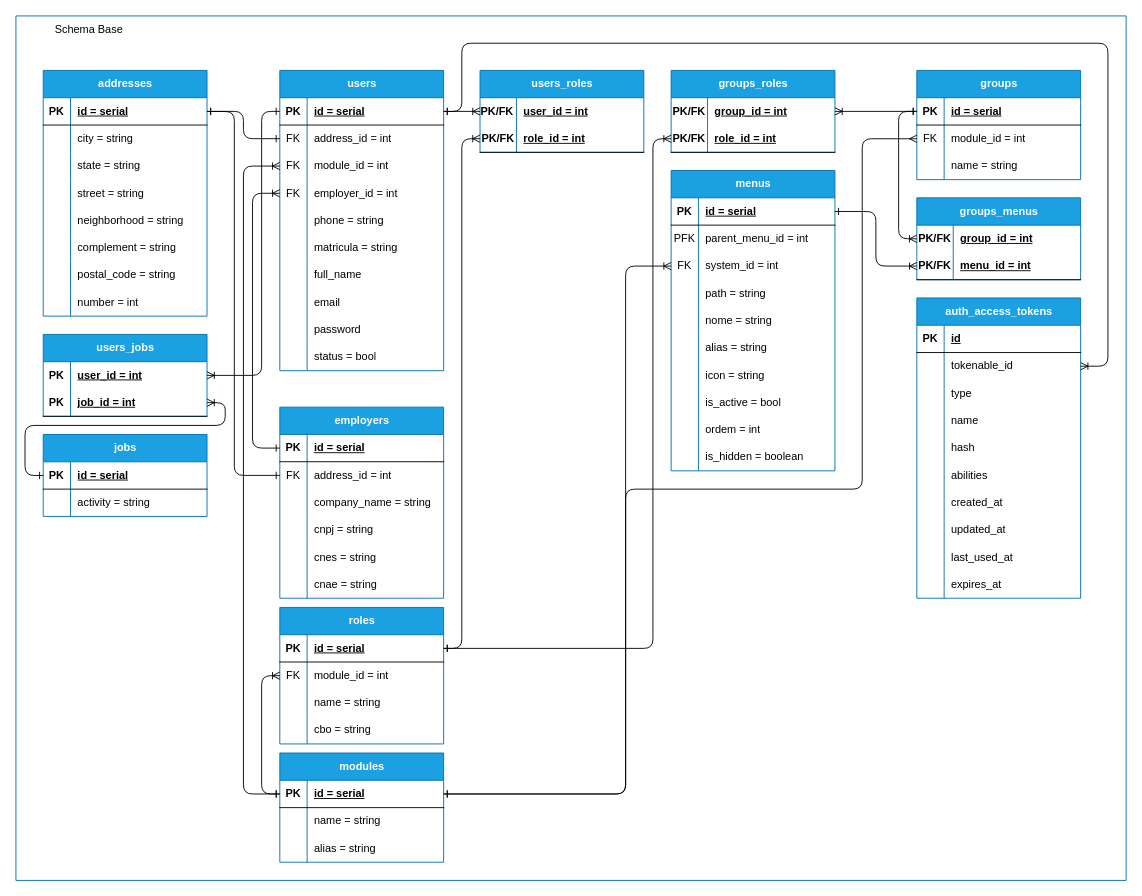
DCOMP-UFS/coffee_rep_umbrella_documentacao keeps this draw.io diagram as projeto_base/SistemaBaseUmbrella.drawio. Above is the earlier version. Source tidied: cells renumbered, new cells numbered last; positions are measured from the earlier drawing's top-left corner, leaving out a move shared by most shapes. Both pictures are drawn from the tidied source at 91%, with x=0, y=0 at pixel (15, 15).
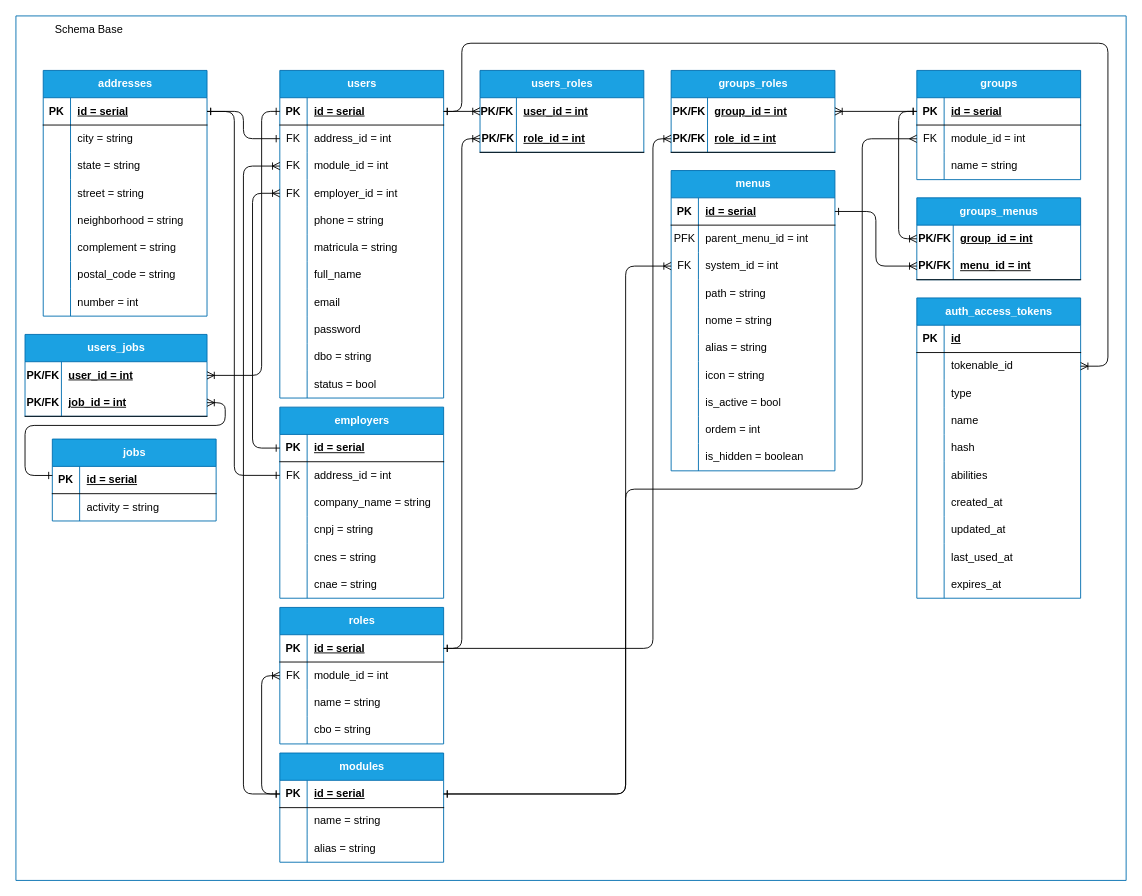
After the change.

Commit message (it also covers changes not shown here):
documentation(up): add date of birthday in table employers

Unchanged cells that the change refers to:
```xml
<mxCell id="2" style="swimlane;startSize=0;fillColor=#1ba1e2;fontColor=#ffffff;strokeColor=#006EAF;" parent="1" vertex="1">
  <mxGeometry width="1220" height="950" as="geometry" />
</mxCell>
<mxCell id="31" style="shape=tableRow;horizontal=0;startSize=0;swimlaneHead=0;swimlaneBody=0;fillColor=none;top=0;left=0;right=0;bottom=0;" parent="3" vertex="1">
  <mxGeometry y="300" width="180" height="30" as="geometry" />
</mxCell>
```

Change to the diagram source:
```diff
@@
     <mxCell id="3" value="users" style="shape=table;startSize=30;childLayout=tableLayout;rowLines=0;fontStyle=1;align=center;html=1;fillColor=#1ba1e2;fontColor=#ffffff;strokeColor=#006EAF;" parent="2" vertex="1">
-      <mxGeometry x="290" y="59.9" width="180" height="330" as="geometry" />
+      <mxGeometry x="290" y="59.9" width="180" height="360" as="geometry" />
     </mxCell>
@@
-    <mxCell id="33" value="status = bool" style="shape=partialRectangle;fillColor=none;top=0;left=0;bottom=0;right=0;align=left;spacingLeft=6;overflow=hidden;whiteSpace=wrap;html=1;" parent="31" vertex="1">
+    <mxCell id="33" value="dbo = string" style="shape=partialRectangle;fillColor=none;top=0;left=0;bottom=0;right=0;align=left;spacingLeft=6;overflow=hidden;whiteSpace=wrap;html=1;" parent="31" vertex="1">
       <mxGeometry x="30" width="150" height="30" as="geometry" />
     </mxCell>
+    <mxCell id="225" style="shape=tableRow;horizontal=0;startSize=0;swimlaneHead=0;swimlaneBody=0;fillColor=none;top=0;left=0;right=0;bottom=0;" parent="3" vertex="1">
+      <mxGeometry y="330" width="180" height="30" as="geometry" />
+    </mxCell>
+    <mxCell id="226" style="shape=partialRectangle;fillColor=none;top=0;left=0;bottom=0;right=0;overflow=hidden;whiteSpace=wrap;html=1;" parent="225" vertex="1">
+      <mxGeometry width="30" height="30" as="geometry" />
+    </mxCell>
+    <mxCell id="227" value="status = bool&amp;nbsp;" style="shape=partialRectangle;fillColor=none;top=0;left=0;bottom=0;right=0;align=left;spacingLeft=6;overflow=hidden;whiteSpace=wrap;html=1;" parent="225" vertex="1">
+      <mxGeometry x="30" width="150" height="30" as="geometry" />
+    </mxCell>
@@
     <mxCell id="209" value="jobs" style="shape=table;startSize=30;childLayout=tableLayout;rowLines=0;fontStyle=1;align=center;html=1;fillColor=#1ba1e2;fontColor=#ffffff;strokeColor=#006EAF;" parent="2" vertex="1">
-      <mxGeometry x="30" y="460" width="180" height="90" as="geometry" />
+      <mxGeometry x="40" y="465" width="180" height="90" as="geometry" />
     </mxCell>
@@
     <mxCell id="216" value="users_jobs" style="shape=table;startSize=30;childLayout=tableLayout;rowLines=0;fontStyle=1;align=center;html=1;fillColor=#1ba1e2;fontColor=#ffffff;strokeColor=#006EAF;" parent="2" vertex="1">
-      <mxGeometry x="30" y="350" width="180" height="90" as="geometry" />
+      <mxGeometry x="10" y="350" width="200" height="90" as="geometry" />
     </mxCell>
     <mxCell id="217" style="shape=tableRow;horizontal=0;startSize=0;swimlaneHead=0;swimlaneBody=0;fillColor=none;points=[[0,0.5],[1,0.5]];portConstraint=eastwest;top=0;left=0;right=0;bottom=0;" parent="216" vertex="1">
-      <mxGeometry y="30" width="180" height="30" as="geometry" />
+      <mxGeometry y="30" width="200" height="30" as="geometry" />
     </mxCell>
-    <mxCell id="218" value="&lt;span style=&quot;font-weight: 700;&quot;&gt;PK&lt;/span&gt;" style="shape=partialRectangle;fillColor=none;top=0;left=0;bottom=0;right=0;overflow=hidden;whiteSpace=wrap;html=1;" parent="217" vertex="1">
-      <mxGeometry width="30" height="30" as="geometry" />
+    <mxCell id="218" value="&lt;span style=&quot;font-weight: 700;&quot;&gt;PK/FK&lt;/span&gt;" style="shape=partialRectangle;fillColor=none;top=0;left=0;bottom=0;right=0;overflow=hidden;whiteSpace=wrap;html=1;" parent="217" vertex="1">
+      <mxGeometry width="40" height="30" as="geometry" />
     </mxCell>
     <mxCell id="219" value="&lt;span style=&quot;font-weight: 700; text-decoration-line: underline;&quot;&gt;user_id = int&lt;/span&gt;" style="shape=partialRectangle;fillColor=none;top=0;left=0;bottom=0;right=0;align=left;spacingLeft=6;overflow=hidden;whiteSpace=wrap;html=1;" parent="217" vertex="1">
-      <mxGeometry x="30" width="150" height="30" as="geometry" />
+      <mxGeometry x="40" width="160" height="30" as="geometry" />
     </mxCell>
     <mxCell id="220" style="shape=tableRow;horizontal=0;startSize=0;swimlaneHead=0;swimlaneBody=0;fillColor=none;points=[[0,0.5],[1,0.5]];portConstraint=eastwest;top=0;left=0;right=0;bottom=1;" parent="216" vertex="1">
-      <mxGeometry y="60" width="180" height="30" as="geometry" />
+      <mxGeometry y="60" width="200" height="30" as="geometry" />
     </mxCell>
-    <mxCell id="221" value="PK" style="shape=partialRectangle;fillColor=none;top=0;left=0;bottom=0;right=0;fontStyle=1;overflow=hidden;whiteSpace=wrap;html=1;" parent="220" vertex="1">
-      <mxGeometry width="30" height="30" as="geometry" />
+    <mxCell id="221" value="PK/FK" style="shape=partialRectangle;fillColor=none;top=0;left=0;bottom=0;right=0;fontStyle=1;overflow=hidden;whiteSpace=wrap;html=1;" parent="220" vertex="1">
+      <mxGeometry width="40" height="30" as="geometry" />
     </mxCell>
     <mxCell id="222" value="job_id = int" style="shape=partialRectangle;fillColor=none;top=0;left=0;bottom=0;right=0;align=left;spacingLeft=6;fontStyle=5;overflow=hidden;whiteSpace=wrap;html=1;" parent="220" vertex="1">
-      <mxGeometry x="30" width="150" height="30" as="geometry" />
+      <mxGeometry x="40" width="160" height="30" as="geometry" />
     </mxCell>
```
